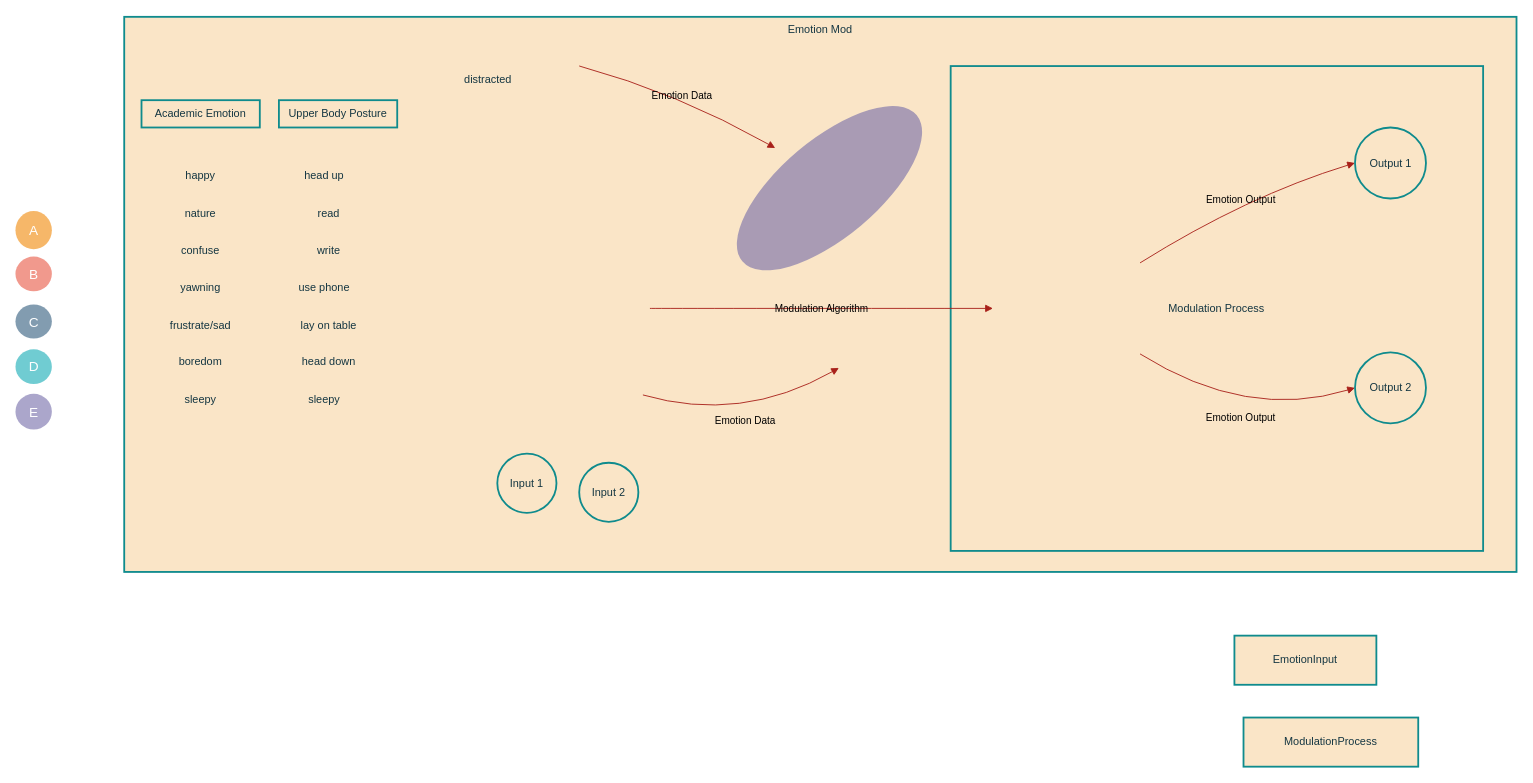
Above: emotion modal.drawio in Xyy-git/drawio (draw.io), before the change. Source tidied: cells renumbered, new cells numbered last; positions are measured from the earlier drawing's top-left corner, leaving out a move shared by most shapes. Both pictures are drawn from the tidied source at 91%, with x=0, y=0 at pixel (15, 16).
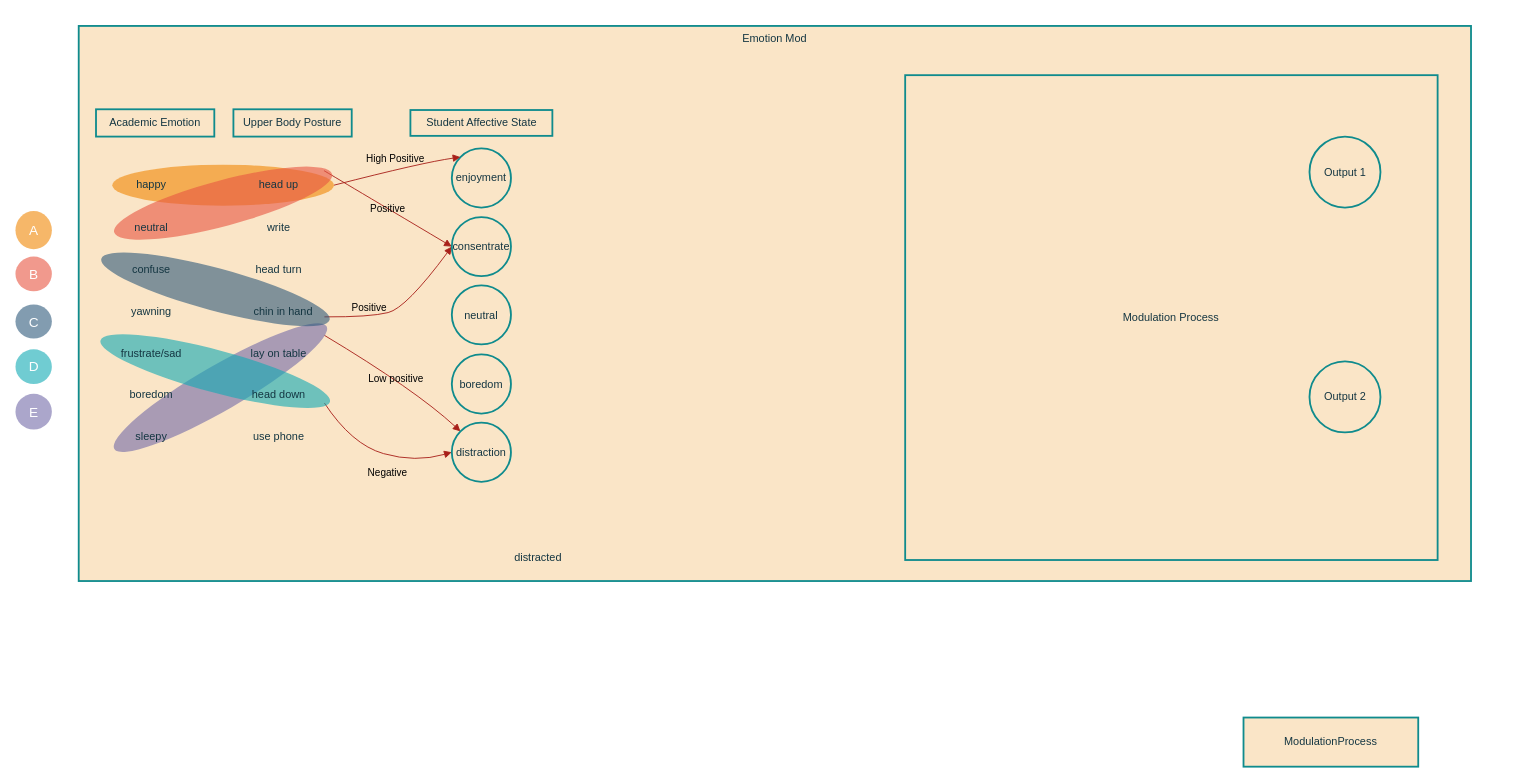
Above is the later version.

The change refers to these unchanged cells:
```xml
<mxCell id="3" value="Modulator" style="whiteSpace=wrap;strokeWidth=2;labelBackgroundColor=none;fillColor=#FAE5C7;strokeColor=#0F8B8D;fontColor=#143642;" parent="2" vertex="1">
  <mxGeometry x="954.7" y="268.3" width="161.6" height="104.2" as="geometry" />
</mxCell>
<mxCell id="7" value="Output 1" style="ellipse;strokeWidth=2;whiteSpace=wrap;labelBackgroundColor=none;fillColor=#FAE5C7;strokeColor=#0F8B8D;fontColor=#143642;" parent="2" vertex="1">
  <mxGeometry x="1352.5" y="121.6" width="78" height="78" as="geometry" />
</mxCell>
<mxCell id="8" value="Output 2" style="ellipse;strokeWidth=2;whiteSpace=wrap;labelBackgroundColor=none;fillColor=#FAE5C7;strokeColor=#0F8B8D;fontColor=#143642;" parent="2" vertex="1">
  <mxGeometry x="1352.5" y="368.7" width="78" height="78" as="geometry" />
</mxCell>
```

What changed in the source:
```diff
@@
     <mxCell id="2" value="Emotion Mod" style="whiteSpace=wrap;strokeWidth=2;verticalAlign=top;labelBackgroundColor=none;fillColor=#FAE5C7;strokeColor=#0F8B8D;fontColor=#143642;" parent="1" vertex="1">
-      <mxGeometry x="120" width="1530" height="610" as="geometry" />
+      <mxGeometry x="70" y="10" width="1530" height="610" as="geometry" />
     </mxCell>
@@
-    <mxCell id="5" value="Input 1" style="ellipse;strokeWidth=2;whiteSpace=wrap;labelBackgroundColor=none;fillColor=#FAE5C7;strokeColor=#0F8B8D;fontColor=#143642;" parent="2" vertex="1">
-      <mxGeometry x="410" y="480" width="65" height="65" as="geometry" />
-    </mxCell>
-    <mxCell id="6" value="Input 2" style="ellipse;strokeWidth=2;whiteSpace=wrap;labelBackgroundColor=none;fillColor=#FAE5C7;strokeColor=#0F8B8D;fontColor=#143642;" parent="2" vertex="1">
-      <mxGeometry x="500" y="490" width="65" height="65" as="geometry" />
+    <mxCell id="6" value="enjoyment" style="ellipse;strokeWidth=2;whiteSpace=wrap;labelBackgroundColor=none;fillColor=#FAE5C7;strokeColor=#0F8B8D;fontColor=#143642;" parent="2" vertex="1">
+      <mxGeometry x="410" y="134.6" width="65" height="65" as="geometry" />
     </mxCell>
@@
-    <mxCell id="10" value="Emotion Data" style="curved=1;startArrow=none;endArrow=block;exitX=1.01;exitY=0.5;entryX=0;entryY=0.01;labelBackgroundColor=none;strokeColor=#A8201A;fontColor=default;" parent="2" edge="1">
-      <mxGeometry relative="1" as="geometry">
-        <mxPoint x="500" y="54" as="sourcePoint" />
-        <mxPoint x="715.4" y="144.2" as="targetPoint" />
+    <mxCell id="10" value="High Positive" style="curved=1;startArrow=none;endArrow=block;exitX=1;exitY=0.5;entryX=0;entryY=0;labelBackgroundColor=none;strokeColor=#A8201A;fontColor=default;entryDx=0;entryDy=0;exitDx=0;exitDy=0;" parent="2" edge="1" source="39" target="6">
+      <mxGeometry x="0.03" y="12" relative="1" as="geometry">
         <Array as="points">
-          <mxPoint x="607.7" y="83.3" />
+          <mxPoint x="378" y="150" />
         </Array>
       </mxGeometry>
     </mxCell>
-    <mxCell id="11" value="Emotion Data" style="curved=1;startArrow=none;endArrow=block;exitX=1.01;exitY=0.5;entryX=0;entryY=0.99;labelBackgroundColor=none;strokeColor=#A8201A;fontColor=default;" parent="2" edge="1">
-      <mxGeometry relative="1" as="geometry">
-        <mxPoint x="570" y="415.5" as="sourcePoint" />
-        <mxPoint x="785.4" y="385.8" as="targetPoint" />
+    <mxCell id="11" value="Positive" style="curved=1;startArrow=none;endArrow=block;exitX=1.01;exitY=0.5;labelBackgroundColor=none;strokeColor=#A8201A;fontColor=default;entryX=0;entryY=0.5;entryDx=0;entryDy=0;" parent="2" edge="1" target="43">
+      <mxGeometry x="-0.41" y="10" relative="1" as="geometry">
+        <mxPoint x="270" y="319.7" as="sourcePoint" />
         <Array as="points">
-          <mxPoint x="677.7" y="446.7" />
+          <mxPoint x="320" y="320" />
+          <mxPoint x="360" y="310" />
         </Array>
       </mxGeometry>
     </mxCell>
-    <mxCell id="12" value="Modulation Algorithm" style="curved=1;startArrow=none;endArrow=block;exitX=1;exitY=0.5;entryX=0;entryY=0.5;labelBackgroundColor=none;strokeColor=#A8201A;fontColor=default;" parent="2" edge="1" target="3">
+    <mxCell id="12" value="Positive" style="curved=1;startArrow=none;endArrow=block;exitX=1;exitY=0.5;entryX=0;entryY=0.5;labelBackgroundColor=none;strokeColor=#A8201A;fontColor=default;entryDx=0;entryDy=0;" parent="2" edge="1" target="43">
       <mxGeometry relative="1" as="geometry">
-        <mxPoint x="577.7" y="320.4" as="sourcePoint" />
+        <mxPoint x="269.5" y="159" as="sourcePoint" />
       </mxGeometry>
     </mxCell>
-    <mxCell id="13" value="Emotion Output" style="curved=1;startArrow=none;endArrow=block;exitX=1;exitY=0.02;entryX=0;entryY=0.5;labelBackgroundColor=none;strokeColor=#A8201A;fontColor=default;" parent="2" edge="1" source="3" target="7">
-      <mxGeometry relative="1" as="geometry">
+    <mxCell id="13" value="Negative" style="curved=1;startArrow=none;endArrow=block;exitX=1;exitY=0.02;entryX=0;entryY=0.5;labelBackgroundColor=none;strokeColor=#A8201A;fontColor=default;entryDx=0;entryDy=0;" parent="2" edge="1" target="45">
+      <mxGeometry x="0.2" y="-18" relative="1" as="geometry">
+        <mxPoint x="270" y="414.4" as="sourcePoint" />
         <Array as="points">
-          <mxPoint x="1233.8" y="196.9" />
+          <mxPoint x="300" y="460" />
+          <mxPoint x="370" y="480" />
         </Array>
       </mxGeometry>
     </mxCell>
-    <mxCell id="14" value="Emotion Output" style="curved=1;startArrow=none;endArrow=block;exitX=1;exitY=0.98;entryX=0;entryY=0.5;labelBackgroundColor=none;strokeColor=#A8201A;fontColor=default;" parent="2" edge="1" source="3" target="8">
+    <mxCell id="14" value="Low positive" style="curved=1;startArrow=none;endArrow=block;exitX=1;exitY=0.98;entryX=0;entryY=0;labelBackgroundColor=none;strokeColor=#A8201A;fontColor=default;entryDx=0;entryDy=0;" parent="2" edge="1" target="45">
       <mxGeometry relative="1" as="geometry">
+        <mxPoint x="270" y="340" as="sourcePoint" />
         <Array as="points">
-          <mxPoint x="1233.8" y="444" />
+          <mxPoint x="370" y="400" />
         </Array>
       </mxGeometry>
     </mxCell>
-    <mxCell id="15" style="ellipse;whiteSpace=wrap;rotation=-40;fillColor=#736CA8;opacity=60;strokeColor=none;html=1;" parent="2" vertex="1">
-      <mxGeometry x="650" y="134.7" width="250" height="107.3" as="geometry" />
+    <mxCell id="15" style="ellipse;whiteSpace=wrap;rotation=-30;fillColor=#736CA8;opacity=60;strokeColor=none;html=1;" parent="2" vertex="1">
+      <mxGeometry x="21.1" y="372.6" width="269.3" height="49.7" as="geometry" />
     </mxCell>
+    <mxCell id="23" value="distracted" style="text;html=1;align=center;verticalAlign=middle;whiteSpace=wrap;rounded=0;fontColor=#143642;" parent="2" vertex="1">
+      <mxGeometry x="475" y="570" width="60" height="30" as="geometry" />
+    </mxCell>
+    <mxCell id="31" value="Upper Body Posture" style="whiteSpace=wrap;strokeWidth=2;labelBackgroundColor=none;fillColor=#FAE5C7;strokeColor=#0F8B8D;fontColor=#143642;" parent="2" vertex="1">
+      <mxGeometry x="170" y="91.6" width="130" height="30" as="geometry" />
+    </mxCell>
+    <mxCell id="39" style="ellipse;whiteSpace=wrap;rotation=0;fillColor=#F08705;opacity=60;strokeColor=none;html=1;" parent="2" vertex="1">
+      <mxGeometry x="36.9" y="152.5" width="243.6" height="45" as="geometry" />
+    </mxCell>
+    <mxCell id="40" style="ellipse;whiteSpace=wrap;rotation=75;fillColor=#E85642;opacity=60;strokeColor=none;html=1;" parent="2" vertex="1">
+      <mxGeometry x="133.6" y="70.8" width="50.1" height="247.9" as="geometry" />
+    </mxCell>
+    <mxCell id="41" style="ellipse;whiteSpace=wrap;fillColor=#12AAB5;opacity=60;strokeColor=none;rotation=15;html=1;" parent="2" vertex="1">
+      <mxGeometry x="19.5" y="356.1" width="261" height="46.5" as="geometry" />
+    </mxCell>
+    <mxCell id="42" style="ellipse;whiteSpace=wrap;fillColor=#2F5B7C;opacity=60;strokeColor=none;html=1;rotation=15;" parent="2" vertex="1">
+      <mxGeometry x="20.4" y="266.1" width="259.7" height="46.8" as="geometry" />
+    </mxCell>
     <mxCell id="16" value="happy" style="text;html=1;align=center;verticalAlign=middle;whiteSpace=wrap;rounded=0;fontColor=#143642;" parent="2" vertex="1">
-      <mxGeometry x="54" y="160" width="60" height="30" as="geometry" />
+      <mxGeometry x="50" y="160" width="60" height="30" as="geometry" />
     </mxCell>
-    <mxCell id="17" value="nature" style="text;html=1;align=center;verticalAlign=middle;whiteSpace=wrap;rounded=0;fontColor=#143642;" parent="2" vertex="1">
-      <mxGeometry x="54" y="201" width="60" height="30" as="geometry" />
+    <mxCell id="17" value="neutral" style="text;html=1;align=center;verticalAlign=middle;whiteSpace=wrap;rounded=0;fontColor=#143642;" parent="2" vertex="1">
+      <mxGeometry x="50" y="206.5" width="60" height="30" as="geometry" />
     </mxCell>
+    <mxCell id="19" value="yawning" style="text;html=1;align=center;verticalAlign=middle;whiteSpace=wrap;rounded=0;fontColor=#143642;" parent="2" vertex="1">
+      <mxGeometry x="50" y="298.5" width="60" height="30" as="geometry" />
+    </mxCell>
     <mxCell id="18" value="confuse" style="text;html=1;align=center;verticalAlign=middle;whiteSpace=wrap;rounded=0;fontColor=#143642;" parent="2" vertex="1">
-      <mxGeometry x="54" y="242" width="60" height="30" as="geometry" />
+      <mxGeometry x="50" y="252.5" width="60" height="30" as="geometry" />
     </mxCell>
-    <mxCell id="19" value="yawning" style="text;html=1;align=center;verticalAlign=middle;whiteSpace=wrap;rounded=0;fontColor=#143642;" parent="2" vertex="1">
-      <mxGeometry x="54" y="283" width="60" height="30" as="geometry" />
-    </mxCell>
     <mxCell id="20" value="boredom" style="text;html=1;align=center;verticalAlign=middle;whiteSpace=wrap;rounded=0;fontColor=#143642;" parent="2" vertex="1">
-      <mxGeometry x="54" y="367" width="60" height="24.9" as="geometry" />
+      <mxGeometry x="50" y="392.5" width="60" height="24.9" as="geometry" />
     </mxCell>
     <mxCell id="21" value="sleepy" style="text;html=1;align=center;verticalAlign=middle;whiteSpace=wrap;rounded=0;fontColor=#143642;" parent="2" vertex="1">
-      <mxGeometry x="54" y="406" width="60" height="30" as="geometry" />
+      <mxGeometry x="50" y="436" width="60" height="30" as="geometry" />
     </mxCell>
     <mxCell id="22" value="frustrate/sad" style="text;html=1;align=center;verticalAlign=middle;whiteSpace=wrap;rounded=0;fontColor=#143642;" parent="2" vertex="1">
-      <mxGeometry x="54" y="324" width="60" height="30" as="geometry" />
+      <mxGeometry x="50" y="344.5" width="60" height="30" as="geometry" />
     </mxCell>
-    <mxCell id="23" value="distracted" style="text;html=1;align=center;verticalAlign=middle;whiteSpace=wrap;rounded=0;fontColor=#143642;" parent="2" vertex="1">
-      <mxGeometry x="370" y="54" width="60" height="30" as="geometry" />
-    </mxCell>
@@
-    <mxCell id="25" value="read" style="text;html=1;align=center;verticalAlign=middle;whiteSpace=wrap;rounded=0;fontColor=#143642;" parent="2" vertex="1">
-      <mxGeometry x="185" y="201" width="80" height="30" as="geometry" />
+    <mxCell id="25" value="write" style="text;html=1;align=center;verticalAlign=middle;whiteSpace=wrap;rounded=0;fontColor=#143642;" parent="2" vertex="1">
+      <mxGeometry x="180" y="206.5" width="80" height="30" as="geometry" />
     </mxCell>
-    <mxCell id="26" value="write" style="text;html=1;align=center;verticalAlign=middle;whiteSpace=wrap;rounded=0;fontColor=#143642;" parent="2" vertex="1">
-      <mxGeometry x="190" y="242" width="70" height="30" as="geometry" />
+    <mxCell id="26" value="head turn" style="text;html=1;align=center;verticalAlign=middle;whiteSpace=wrap;rounded=0;fontColor=#143642;" parent="2" vertex="1">
+      <mxGeometry x="185" y="252.5" width="70" height="30" as="geometry" />
     </mxCell>
-    <mxCell id="27" value="use phone" style="text;html=1;align=center;verticalAlign=middle;whiteSpace=wrap;rounded=0;fontColor=#143642;" parent="2" vertex="1">
-      <mxGeometry x="190" y="283" width="60" height="30" as="geometry" />
+    <mxCell id="27" value="chin in hand" style="text;html=1;align=center;verticalAlign=middle;whiteSpace=wrap;rounded=0;fontColor=#143642;" parent="2" vertex="1">
+      <mxGeometry x="190" y="298.5" width="70" height="30" as="geometry" />
     </mxCell>
     <mxCell id="28" value="head down" style="text;html=1;align=center;verticalAlign=middle;whiteSpace=wrap;rounded=0;fontColor=#143642;" parent="2" vertex="1">
-      <mxGeometry x="190" y="367" width="70" height="24.9" as="geometry" />
+      <mxGeometry x="185" y="392.5" width="70" height="24.9" as="geometry" />
     </mxCell>
-    <mxCell id="29" value="sleepy" style="text;html=1;align=center;verticalAlign=middle;whiteSpace=wrap;rounded=0;fontColor=#143642;" parent="2" vertex="1">
-      <mxGeometry x="190" y="406" width="60" height="30" as="geometry" />
+    <mxCell id="29" value="use phone" style="text;html=1;align=center;verticalAlign=middle;whiteSpace=wrap;rounded=0;fontColor=#143642;" parent="2" vertex="1">
+      <mxGeometry x="190" y="436" width="60" height="30" as="geometry" />
     </mxCell>
     <mxCell id="30" value="lay on table" style="text;html=1;align=center;verticalAlign=middle;whiteSpace=wrap;rounded=0;fontColor=#143642;" parent="2" vertex="1">
-      <mxGeometry x="190" y="324" width="70" height="30" as="geometry" />
+      <mxGeometry x="185" y="344.5" width="70" height="30" as="geometry" />
     </mxCell>
-    <mxCell id="31" value="Upper Body Posture" style="whiteSpace=wrap;strokeWidth=2;labelBackgroundColor=none;fillColor=#FAE5C7;strokeColor=#0F8B8D;fontColor=#143642;" parent="2" vertex="1">
-      <mxGeometry x="170" y="91.6" width="130" height="30" as="geometry" />
-    </mxCell>
-    <mxCell id="32" value="EmotionInput" style="whiteSpace=wrap;strokeWidth=2;labelBackgroundColor=none;fillColor=#FAE5C7;strokeColor=#0F8B8D;fontColor=#143642;" parent="1" vertex="1">
-      <mxGeometry x="1340" y="680" width="156" height="54" as="geometry" />
+    <mxCell id="32" value="Student Affective State" style="whiteSpace=wrap;strokeWidth=2;labelBackgroundColor=none;fillColor=#FAE5C7;strokeColor=#0F8B8D;fontColor=#143642;" parent="2" vertex="1">
+      <mxGeometry x="364.5" y="92.4" width="156" height="28.4" as="geometry" />
     </mxCell>
+    <mxCell id="43" value="consentrate" style="ellipse;strokeWidth=2;whiteSpace=wrap;labelBackgroundColor=none;fillColor=#FAE5C7;strokeColor=#0F8B8D;fontColor=#143642;" parent="2" vertex="1">
+      <mxGeometry x="410" y="210" width="65" height="65" as="geometry" />
+    </mxCell>
+    <mxCell id="44" value="neutral" style="ellipse;strokeWidth=2;whiteSpace=wrap;labelBackgroundColor=none;fillColor=#FAE5C7;strokeColor=#0F8B8D;fontColor=#143642;" parent="2" vertex="1">
+      <mxGeometry x="410" y="285" width="65" height="65" as="geometry" />
+    </mxCell>
+    <mxCell id="45" value="distraction" style="ellipse;strokeWidth=2;whiteSpace=wrap;labelBackgroundColor=none;fillColor=#FAE5C7;strokeColor=#0F8B8D;fontColor=#143642;" parent="2" vertex="1">
+      <mxGeometry x="410" y="436" width="65" height="65" as="geometry" />
+    </mxCell>
+    <mxCell id="46" value="boredom" style="ellipse;strokeWidth=2;whiteSpace=wrap;labelBackgroundColor=none;fillColor=#FAE5C7;strokeColor=#0F8B8D;fontColor=#143642;" parent="2" vertex="1">
+      <mxGeometry x="410" y="361" width="65" height="65" as="geometry" />
+    </mxCell>
```
